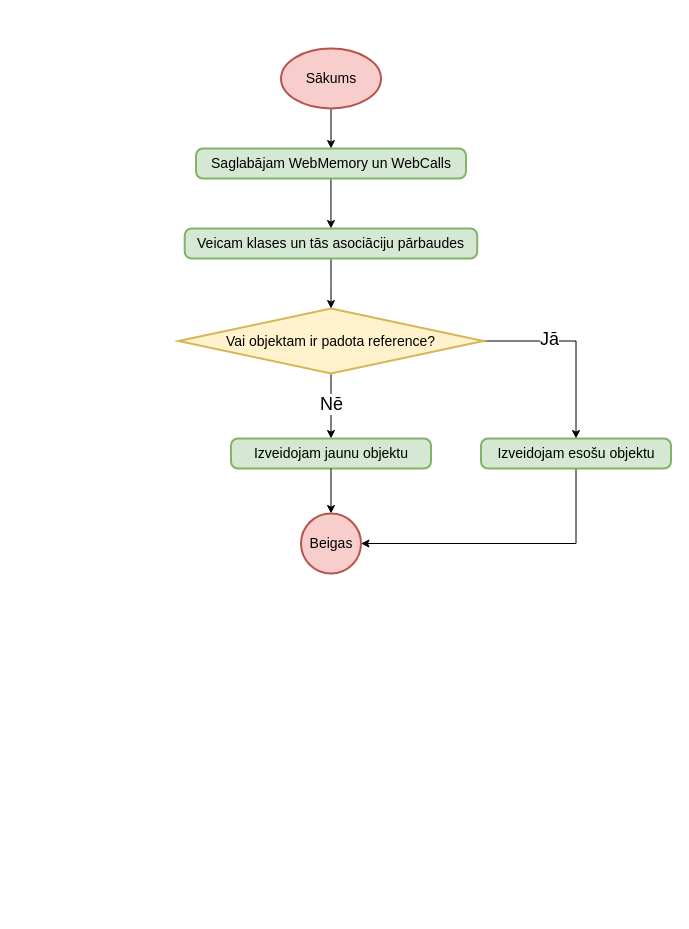
artiks12/webAppOS keeps this draw.io diagram as page "Konstruktors" (1 of 6) of src/Qualification project/Documentation/Diagrammas/Ģenerētais kods.drawio. Above is the earlier version. Source tidied: cells renumbered, new cells numbered last; positions are measured from the earlier drawing's top-left corner, leaving out a move shared by most shapes. Both pictures are drawn from the tidied source at 100%, with x=0, y=0 at pixel (178, 48).
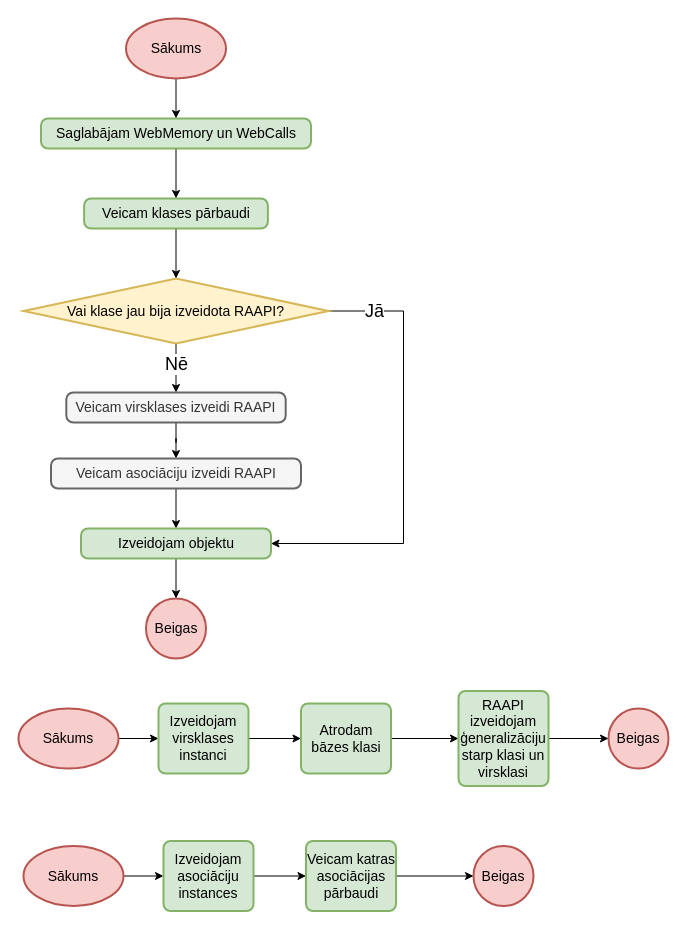
The same diagram, later.

What changed in the source:
```diff
@@
     <mxCell id="3" value="Sākums" style="strokeWidth=2;html=1;shape=mxgraph.flowchart.start_1;whiteSpace=wrap;fontSize=14;fillColor=#f8cecc;strokeColor=#b85450;" parent="1" vertex="1">
-      <mxGeometry x="102.5" width="100" height="60" as="geometry" />
+      <mxGeometry x="-52.5" y="-30" width="100" height="60" as="geometry" />
     </mxCell>
@@
     <mxCell id="5" value="Saglabājam WebMemory un WebCalls" style="rounded=1;whiteSpace=wrap;html=1;absoluteArcSize=1;arcSize=14;strokeWidth=2;fontSize=14;fillColor=#d5e8d4;strokeColor=#82b366;" parent="1" vertex="1">
-      <mxGeometry x="17.5" y="100" width="270" height="30" as="geometry" />
+      <mxGeometry x="-137.5" y="70" width="270" height="30" as="geometry" />
     </mxCell>
-    <mxCell id="6" style="edgeStyle=orthogonalEdgeStyle;rounded=0;jettySize=auto;html=1;exitX=1;exitY=0.5;exitDx=0;exitDy=0;exitPerimeter=0;entryX=0.5;entryY=0;entryDx=0;entryDy=0;" parent="1" edge="1" source="9" target="11">
-      <mxGeometry relative="1" as="geometry" />
+    <mxCell id="6" style="edgeStyle=orthogonalEdgeStyle;rounded=0;jettySize=auto;html=1;exitX=1;exitY=0.5;exitDx=0;exitDy=0;exitPerimeter=0;entryX=1;entryY=0.5;entryDx=0;entryDy=0;" parent="1" edge="1" source="9" target="22">
+      <mxGeometry relative="1" as="geometry">
+        <Array as="points">
+          <mxPoint x="225" y="263" />
+          <mxPoint x="225" y="495" />
+        </Array>
+      </mxGeometry>
     </mxCell>
-    <mxCell id="7" style="edgeStyle=orthogonalEdgeStyle;rounded=0;jettySize=auto;html=1;entryX=0.5;entryY=0;entryDx=0;entryDy=0;" parent="1" edge="1" source="9" target="12">
+    <mxCell id="7" style="edgeStyle=orthogonalEdgeStyle;rounded=0;jettySize=auto;html=1;entryX=0.5;entryY=0;entryDx=0;entryDy=0;" parent="1" edge="1" source="9" target="19">
       <mxGeometry relative="1" as="geometry" />
     </mxCell>
     <mxCell id="8" value="&lt;font style=&quot;font-size: 18px&quot;&gt;Nē&lt;/font&gt;" style="edgeLabel;html=1;align=center;verticalAlign=middle;" parent="7" vertex="1">
       <mxGeometry x="-0.31" y="-2" relative="1" as="geometry">
-        <mxPoint x="2" y="8" as="offset" />
+        <mxPoint x="2" y="3" as="offset" />
       </mxGeometry>
     </mxCell>
-    <mxCell id="9" value="Vai objektam ir padota reference?" style="strokeWidth=2;html=1;shape=mxgraph.flowchart.decision;whiteSpace=wrap;fontSize=14;fillColor=#fff2cc;strokeColor=#d6b656;" parent="1" vertex="1">
-      <mxGeometry y="260" width="305" height="65" as="geometry" />
+    <mxCell id="9" value="Vai klase jau bija izveidota RAAPI?" style="strokeWidth=2;html=1;shape=mxgraph.flowchart.decision;whiteSpace=wrap;fontSize=14;fillColor=#fff2cc;strokeColor=#d6b656;" parent="1" vertex="1">
+      <mxGeometry x="-155" y="230" width="305" height="65" as="geometry" />
     </mxCell>
-    <mxCell id="10" style="edgeStyle=orthogonalEdgeStyle;rounded=0;jettySize=auto;html=1;entryX=1;entryY=0.5;entryDx=0;entryDy=0;exitX=0.5;exitY=1;exitDx=0;exitDy=0;entryPerimeter=0;" parent="1" edge="1" source="11" target="14">
-      <mxGeometry relative="1" as="geometry" />
-    </mxCell>
-    <mxCell id="11" value="Izveidojam esošu objektu" style="rounded=1;whiteSpace=wrap;html=1;absoluteArcSize=1;arcSize=14;strokeWidth=2;fontSize=14;fillColor=#d5e8d4;strokeColor=#82b366;" parent="1" vertex="1">
-      <mxGeometry x="302.5" y="390" width="190" height="30" as="geometry" />
-    </mxCell>
-    <mxCell id="12" value="Izveidojam jaunu objektu" style="rounded=1;whiteSpace=wrap;html=1;absoluteArcSize=1;arcSize=14;strokeWidth=2;fontSize=14;fillColor=#d5e8d4;strokeColor=#82b366;" parent="1" vertex="1">
-      <mxGeometry x="52.5" y="390" width="200" height="30" as="geometry" />
-    </mxCell>
-    <mxCell id="13" style="edgeStyle=orthogonalEdgeStyle;rounded=0;jettySize=auto;html=1;entryX=0.5;entryY=0;entryDx=0;entryDy=0;entryPerimeter=0;exitX=0.5;exitY=1;exitDx=0;exitDy=0;" parent="1" edge="1" source="12" target="14">
+    <mxCell id="13" style="edgeStyle=orthogonalEdgeStyle;rounded=0;jettySize=auto;html=1;exitX=0.5;exitY=1;exitDx=0;exitDy=0;" parent="1" edge="1" source="20" target="22">
       <mxGeometry relative="1" as="geometry" />
     </mxCell>
     <mxCell id="14" value="Beigas" style="strokeWidth=2;html=1;shape=mxgraph.flowchart.start_2;whiteSpace=wrap;fontSize=14;fillColor=#f8cecc;strokeColor=#b85450;" parent="1" vertex="1">
-      <mxGeometry x="122.5" y="465" width="60" height="60" as="geometry" />
+      <mxGeometry x="-32.5" y="550" width="60" height="60" as="geometry" />
     </mxCell>
     <mxCell id="15" value="&lt;font style=&quot;font-size: 18px&quot;&gt;Jā&lt;/font&gt;" style="edgeLabel;html=1;align=center;verticalAlign=middle;" parent="1" vertex="1">
-      <mxGeometry x="370" y="290" as="geometry" />
+      <mxGeometry x="195" y="262.5" as="geometry" />
     </mxCell>
@@
-    <mxCell id="17" value="Veicam klases un tās asociāciju pārbaudes" style="rounded=1;whiteSpace=wrap;html=1;absoluteArcSize=1;arcSize=14;strokeWidth=2;fontSize=14;fillColor=#d5e8d4;strokeColor=#82b366;" parent="1" vertex="1">
-      <mxGeometry x="6.2" y="180" width="292.5" height="30" as="geometry" />
+    <mxCell id="17" value="Veicam klases pārbaudi" style="rounded=1;whiteSpace=wrap;html=1;absoluteArcSize=1;arcSize=14;strokeWidth=2;fontSize=14;fillColor=#d5e8d4;strokeColor=#82b366;" parent="1" vertex="1">
+      <mxGeometry x="-94.4" y="150" width="183.8" height="30" as="geometry" />
     </mxCell>
+    <mxCell id="18" style="edgeStyle=orthogonalEdgeStyle;rounded=0;jettySize=auto;html=1;fontSize=18;entryX=0.5;entryY=0;entryDx=0;entryDy=0;" parent="1" edge="1" source="19" target="20">
+      <mxGeometry relative="1" as="geometry" />
+    </mxCell>
+    <mxCell id="19" value="Veicam virsklases izveidi RAAPI" style="rounded=1;whiteSpace=wrap;html=1;absoluteArcSize=1;arcSize=14;strokeWidth=2;fontSize=14;fillColor=#f5f5f5;strokeColor=#666666;fontColor=#333333;" parent="1" vertex="1">
+      <mxGeometry x="-112.2" y="344" width="219.4" height="30" as="geometry" />
+    </mxCell>
+    <mxCell id="20" value="Veicam asociāciju izveidi RAAPI" style="rounded=1;whiteSpace=wrap;html=1;absoluteArcSize=1;arcSize=14;strokeWidth=2;fontSize=14;fillColor=#f5f5f5;strokeColor=#666666;fontColor=#333333;" parent="1" vertex="1">
+      <mxGeometry x="-127.5" y="410" width="250" height="30" as="geometry" />
+    </mxCell>
+    <mxCell id="21" style="edgeStyle=orthogonalEdgeStyle;rounded=0;jettySize=auto;html=1;entryX=0.5;entryY=0;entryDx=0;entryDy=0;entryPerimeter=0;fontSize=18;" parent="1" edge="1" source="22" target="14">
+      <mxGeometry relative="1" as="geometry" />
+    </mxCell>
+    <mxCell id="22" value="Izveidojam objektu" style="rounded=1;whiteSpace=wrap;html=1;absoluteArcSize=1;arcSize=14;strokeWidth=2;fontSize=14;fillColor=#d5e8d4;strokeColor=#82b366;" parent="1" vertex="1">
+      <mxGeometry x="-97.5" y="480" width="190" height="30" as="geometry" />
+    </mxCell>
+    <mxCell id="23" style="edgeStyle=orthogonalEdgeStyle;rounded=0;jettySize=auto;html=1;fontSize=18;" parent="1" edge="1" source="24" target="27">
+      <mxGeometry relative="1" as="geometry" />
+    </mxCell>
+    <mxCell id="24" value="Sākums" style="strokeWidth=2;html=1;shape=mxgraph.flowchart.start_1;whiteSpace=wrap;fontSize=14;fillColor=#f8cecc;strokeColor=#b85450;" parent="1" vertex="1">
+      <mxGeometry x="-160" y="660" width="100" height="60" as="geometry" />
+    </mxCell>
+    <mxCell id="25" value="Beigas" style="strokeWidth=2;html=1;shape=mxgraph.flowchart.start_2;whiteSpace=wrap;fontSize=14;fillColor=#f8cecc;strokeColor=#b85450;" parent="1" vertex="1">
+      <mxGeometry x="430" y="660" width="60" height="60" as="geometry" />
+    </mxCell>
+    <mxCell id="26" style="edgeStyle=orthogonalEdgeStyle;rounded=0;jettySize=auto;html=1;entryX=0;entryY=0.5;entryDx=0;entryDy=0;fontSize=18;" parent="1" edge="1" source="27" target="29">
+      <mxGeometry relative="1" as="geometry" />
+    </mxCell>
+    <mxCell id="27" value="Izveidojam virsklases instanci" style="rounded=1;whiteSpace=wrap;html=1;absoluteArcSize=1;arcSize=14;strokeWidth=2;fontSize=14;fillColor=#d5e8d4;strokeColor=#82b366;" parent="1" vertex="1">
+      <mxGeometry x="-20" y="655" width="90" height="70" as="geometry" />
+    </mxCell>
+    <mxCell id="28" style="edgeStyle=orthogonalEdgeStyle;rounded=0;jettySize=auto;html=1;entryX=0;entryY=0.5;entryDx=0;entryDy=0;fontSize=18;" parent="1" edge="1" source="29" target="31">
+      <mxGeometry relative="1" as="geometry" />
+    </mxCell>
+    <mxCell id="29" value="Atrodam bāzes klasi" style="rounded=1;whiteSpace=wrap;html=1;absoluteArcSize=1;arcSize=14;strokeWidth=2;fontSize=14;fillColor=#d5e8d4;strokeColor=#82b366;" parent="1" vertex="1">
+      <mxGeometry x="122.5" y="655" width="90" height="70" as="geometry" />
+    </mxCell>
+    <mxCell id="30" style="edgeStyle=orthogonalEdgeStyle;rounded=0;jettySize=auto;html=1;entryX=0;entryY=0.5;entryDx=0;entryDy=0;entryPerimeter=0;fontSize=18;" parent="1" edge="1" source="31" target="25">
+      <mxGeometry relative="1" as="geometry" />
+    </mxCell>
+    <mxCell id="31" value="RAAPI izveidojam ģeneralizāciju starp klasi un virsklasi" style="rounded=1;whiteSpace=wrap;html=1;absoluteArcSize=1;arcSize=14;strokeWidth=2;fontSize=14;fillColor=#d5e8d4;strokeColor=#82b366;" parent="1" vertex="1">
+      <mxGeometry x="280" y="642.5" width="90" height="95" as="geometry" />
+    </mxCell>
+    <mxCell id="32" style="edgeStyle=orthogonalEdgeStyle;rounded=0;jettySize=auto;html=1;fontSize=18;" parent="1" edge="1" source="33" target="36">
+      <mxGeometry relative="1" as="geometry" />
+    </mxCell>
+    <mxCell id="33" value="Sākums" style="strokeWidth=2;html=1;shape=mxgraph.flowchart.start_1;whiteSpace=wrap;fontSize=14;fillColor=#f8cecc;strokeColor=#b85450;" parent="1" vertex="1">
+      <mxGeometry x="-155" y="797.5" width="100" height="60" as="geometry" />
+    </mxCell>
+    <mxCell id="34" value="Beigas" style="strokeWidth=2;html=1;shape=mxgraph.flowchart.start_2;whiteSpace=wrap;fontSize=14;fillColor=#f8cecc;strokeColor=#b85450;" parent="1" vertex="1">
+      <mxGeometry x="295" y="797.5" width="60" height="60" as="geometry" />
+    </mxCell>
+    <mxCell id="35" style="edgeStyle=orthogonalEdgeStyle;rounded=0;jettySize=auto;html=1;entryX=0;entryY=0.5;entryDx=0;entryDy=0;fontSize=18;" parent="1" edge="1" source="36" target="38">
+      <mxGeometry relative="1" as="geometry" />
+    </mxCell>
+    <mxCell id="36" value="Izveidojam asociāciju instances" style="rounded=1;whiteSpace=wrap;html=1;absoluteArcSize=1;arcSize=14;strokeWidth=2;fontSize=14;fillColor=#d5e8d4;strokeColor=#82b366;" parent="1" vertex="1">
+      <mxGeometry x="-15" y="792.5" width="90" height="70" as="geometry" />
+    </mxCell>
+    <mxCell id="37" style="edgeStyle=orthogonalEdgeStyle;rounded=0;jettySize=auto;html=1;entryX=0;entryY=0.5;entryDx=0;entryDy=0;fontSize=18;entryPerimeter=0;" parent="1" edge="1" source="38" target="34">
+      <mxGeometry relative="1" as="geometry" />
+    </mxCell>
+    <mxCell id="38" value="Veicam katras asociācijas pārbaudi" style="rounded=1;whiteSpace=wrap;html=1;absoluteArcSize=1;arcSize=14;strokeWidth=2;fontSize=14;fillColor=#d5e8d4;strokeColor=#82b366;" parent="1" vertex="1">
+      <mxGeometry x="127.5" y="792.5" width="90" height="70" as="geometry" />
+    </mxCell>
```
